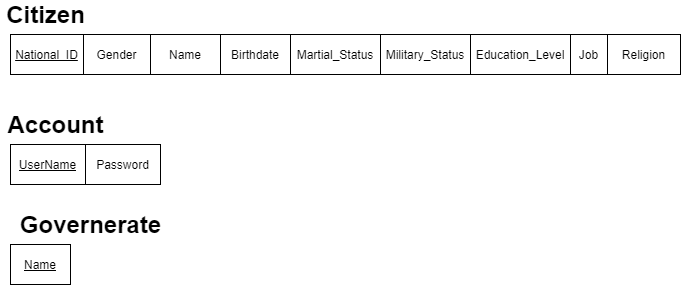
The draw.io diagram schema.png in ziad-khobeiz/e-voting-system, before a commit. Source tidied: cells renumbered, new cells last; positions are measured from the earlier drawing's top-left corner, leaving out a move shared by most shapes.
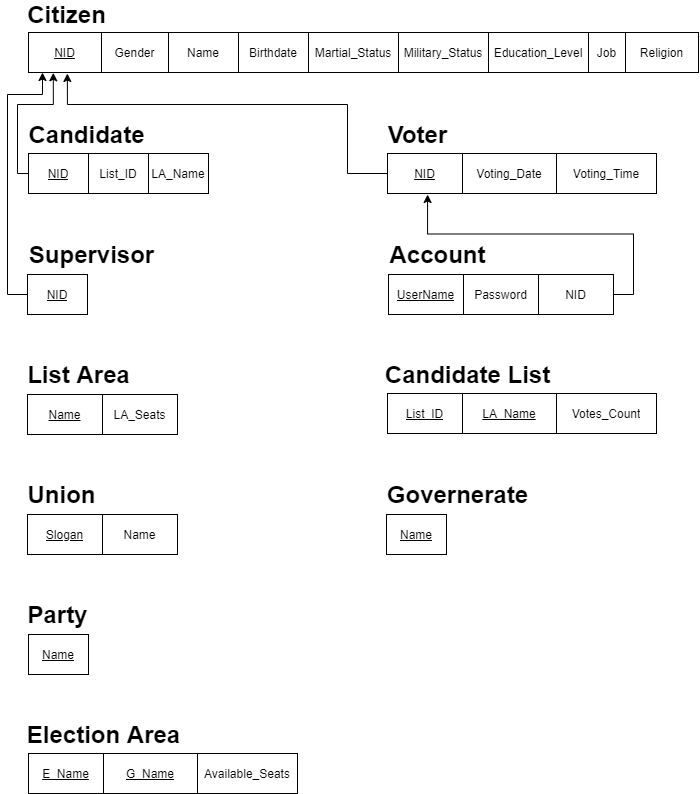
After the commit.

Commit message:
Update schema.png (Added Weak Entities)

The edit, as a diff of the source:
```diff
@@ -3,12 +3,12 @@
     <mxCell id="0" />
     <mxCell id="1" parent="0" />
     <mxCell id="2" style="shape=table;html=1;whiteSpace=wrap;startSize=0;" parent="1" vertex="1">
-      <mxGeometry x="10" y="30" width="670" height="40" as="geometry" />
+      <mxGeometry x="21" y="28" width="670" height="40" as="geometry" />
     </mxCell>
     <mxCell id="3" style="shape=partialRectangle;html=1;whiteSpace=wrap;fillColor=none;top=0;left=0;bottom=0;right=0;points=[[0,0.5],[1,0.5]];portConstraint=eastwest;" parent="2" vertex="1">
       <mxGeometry width="670" height="40" as="geometry" />
     </mxCell>
-    <mxCell id="4" value="&lt;u&gt;National_ID&lt;/u&gt;" style="shape=partialRectangle;html=1;whiteSpace=wrap;overflow=hidden;fillColor=none;top=0;left=0;bottom=0;right=0;" parent="3" vertex="1">
+    <mxCell id="4" value="&lt;u&gt;NID&lt;/u&gt;" style="shape=partialRectangle;html=1;whiteSpace=wrap;overflow=hidden;fillColor=none;top=0;left=0;bottom=0;right=0;" parent="3" vertex="1">
       <mxGeometry width="73" height="40" as="geometry" />
     </mxCell>
     <mxCell id="5" value="Gender" style="shape=partialRectangle;html=1;whiteSpace=wrap;overflow=hidden;fillColor=none;top=0;left=0;bottom=0;right=0;" parent="3" vertex="1">
@@ -36,13 +36,13 @@
       <mxGeometry x="597" width="73" height="40" as="geometry" />
     </mxCell>
     <mxCell id="13" value="&lt;font style=&quot;font-size: 24px&quot;&gt;&lt;b&gt;Citizen&lt;/b&gt;&lt;/font&gt;" style="text;html=1;align=center;verticalAlign=middle;" parent="1" vertex="1">
-      <mxGeometry width="90" height="20" as="geometry" />
+      <mxGeometry x="14" width="90" height="20" as="geometry" />
     </mxCell>
     <mxCell id="14" style="shape=table;html=1;whiteSpace=wrap;startSize=0;" parent="1" vertex="1">
-      <mxGeometry x="10" y="140" width="150" height="40" as="geometry" />
+      <mxGeometry x="381" y="270" width="225" height="40" as="geometry" />
     </mxCell>
     <mxCell id="15" style="shape=partialRectangle;html=1;whiteSpace=wrap;fillColor=none;top=0;left=0;bottom=0;right=0;points=[[0,0.5],[1,0.5]];portConstraint=eastwest;" parent="14" vertex="1">
-      <mxGeometry width="150" height="40" as="geometry" />
+      <mxGeometry width="225" height="40" as="geometry" />
     </mxCell>
     <mxCell id="16" value="&lt;u&gt;UserName&lt;/u&gt;" style="shape=partialRectangle;html=1;whiteSpace=wrap;overflow=hidden;fillColor=none;top=0;left=0;bottom=0;right=0;" parent="15" vertex="1">
       <mxGeometry width="75" height="40" as="geometry" />
@@ -50,11 +50,14 @@
     <mxCell id="17" value="Password" style="shape=partialRectangle;html=1;whiteSpace=wrap;overflow=hidden;fillColor=none;top=0;left=0;bottom=0;right=0;" parent="15" vertex="1">
       <mxGeometry x="75" width="75" height="40" as="geometry" />
     </mxCell>
+    <mxCell id="23" value="NID" style="shape=partialRectangle;html=1;whiteSpace=wrap;overflow=hidden;fillColor=none;top=0;left=0;bottom=0;right=0;" parent="15" vertex="1">
+      <mxGeometry x="150" width="75" height="40" as="geometry" />
+    </mxCell>
     <mxCell id="18" value="&lt;font size=&quot;1&quot;&gt;&lt;b style=&quot;font-size: 24px&quot;&gt;Account&lt;/b&gt;&lt;/font&gt;" style="text;html=1;align=center;verticalAlign=middle;" parent="1" vertex="1">
-      <mxGeometry y="110" width="110" height="20" as="geometry" />
+      <mxGeometry x="375" y="240" width="110" height="20" as="geometry" />
     </mxCell>
     <mxCell id="19" style="shape=table;html=1;whiteSpace=wrap;startSize=0;" parent="1" vertex="1">
-      <mxGeometry x="10" y="240" width="60" height="40" as="geometry" />
+      <mxGeometry x="379" y="510" width="60" height="40" as="geometry" />
     </mxCell>
     <mxCell id="20" style="shape=partialRectangle;html=1;whiteSpace=wrap;fillColor=none;top=0;left=0;bottom=0;right=0;" parent="19" vertex="1">
       <mxGeometry width="60" height="40" as="geometry" />
@@ -63,7 +66,163 @@
       <mxGeometry width="60" height="40" as="geometry" />
     </mxCell>
     <mxCell id="22" value="&lt;font style=&quot;font-size: 24px&quot;&gt;&lt;b&gt;Governerate&lt;/b&gt;&lt;/font&gt;" style="text;html=1;align=center;verticalAlign=middle;" parent="1" vertex="1">
-      <mxGeometry x="10" y="210" width="160" height="20" as="geometry" />
+      <mxGeometry x="370" y="480" width="160" height="20" as="geometry" />
     </mxCell>
+    <mxCell id="24" style="shape=table;html=1;whiteSpace=wrap;startSize=0;" parent="1" vertex="1">
+      <mxGeometry x="20" y="390" width="150" height="40" as="geometry" />
+    </mxCell>
+    <mxCell id="25" style="shape=partialRectangle;html=1;whiteSpace=wrap;fillColor=none;top=0;left=0;bottom=0;right=0;" parent="24" vertex="1">
+      <mxGeometry width="150" height="40" as="geometry" />
+    </mxCell>
+    <mxCell id="26" value="&lt;u&gt;Name&lt;/u&gt;" style="shape=partialRectangle;html=1;whiteSpace=wrap;overflow=hidden;fillColor=none;top=0;left=0;bottom=0;right=0;" parent="25" vertex="1">
+      <mxGeometry width="75" height="40" as="geometry" />
+    </mxCell>
+    <mxCell id="27" value="LA_Seats" style="shape=partialRectangle;html=1;whiteSpace=wrap;overflow=hidden;fillColor=none;top=0;left=0;bottom=0;right=0;" parent="25" vertex="1">
+      <mxGeometry x="75" width="75" height="40" as="geometry" />
+    </mxCell>
+    <mxCell id="28" value="&lt;font size=&quot;1&quot;&gt;&lt;b style=&quot;font-size: 24px&quot;&gt;List Area&lt;/b&gt;&lt;/font&gt;" style="text;html=1;align=center;verticalAlign=middle;" parent="1" vertex="1">
+      <mxGeometry x="11" y="360" width="120" height="20" as="geometry" />
+    </mxCell>
+    <mxCell id="29" style="shape=table;html=1;whiteSpace=wrap;startSize=0;" parent="1" vertex="1">
+      <mxGeometry x="20" y="510" width="150" height="40" as="geometry" />
+    </mxCell>
+    <mxCell id="30" style="shape=partialRectangle;html=1;whiteSpace=wrap;fillColor=none;top=0;left=0;bottom=0;right=0;" parent="29" vertex="1">
+      <mxGeometry width="150" height="40" as="geometry" />
+    </mxCell>
+    <mxCell id="31" value="&lt;u&gt;Slogan&lt;/u&gt;" style="shape=partialRectangle;html=1;whiteSpace=wrap;overflow=hidden;fillColor=none;top=0;left=0;bottom=0;right=0;" parent="30" vertex="1">
+      <mxGeometry width="75" height="40" as="geometry" />
+    </mxCell>
+    <mxCell id="32" value="Name" style="shape=partialRectangle;html=1;whiteSpace=wrap;overflow=hidden;fillColor=none;top=0;left=0;bottom=0;right=0;" parent="30" vertex="1">
+      <mxGeometry x="75" width="75" height="40" as="geometry" />
+    </mxCell>
+    <mxCell id="33" value="&lt;font size=&quot;1&quot;&gt;&lt;b style=&quot;font-size: 24px&quot;&gt;Union&lt;/b&gt;&lt;/font&gt;" style="text;html=1;align=center;verticalAlign=middle;" parent="1" vertex="1">
+      <mxGeometry x="14" y="480" width="80" height="20" as="geometry" />
+    </mxCell>
+    <mxCell id="34" style="shape=table;html=1;whiteSpace=wrap;startSize=0;" parent="1" vertex="1">
+      <mxGeometry x="21" y="630" width="60" height="40" as="geometry" />
+    </mxCell>
+    <mxCell id="35" style="shape=partialRectangle;html=1;whiteSpace=wrap;fillColor=none;top=0;left=0;bottom=0;right=0;" parent="34" vertex="1">
+      <mxGeometry width="60" height="40" as="geometry" />
+    </mxCell>
+    <mxCell id="36" value="&lt;u&gt;Name&lt;/u&gt;" style="shape=partialRectangle;html=1;whiteSpace=wrap;overflow=hidden;fillColor=none;top=0;left=0;bottom=0;right=0;" parent="35" vertex="1">
+      <mxGeometry width="60" height="40" as="geometry" />
+    </mxCell>
+    <mxCell id="37" value="&lt;font style=&quot;font-size: 24px&quot;&gt;&lt;b&gt;Party&lt;/b&gt;&lt;/font&gt;" style="text;html=1;align=center;verticalAlign=middle;" parent="1" vertex="1">
+      <mxGeometry x="10" y="600" width="80" height="20" as="geometry" />
+    </mxCell>
+    <mxCell id="38" style="shape=table;html=1;whiteSpace=wrap;startSize=0;" parent="1" vertex="1">
+      <mxGeometry x="21" y="749" width="269" height="40" as="geometry" />
+    </mxCell>
+    <mxCell id="39" style="shape=partialRectangle;html=1;whiteSpace=wrap;fillColor=none;top=0;left=0;bottom=0;right=0;" parent="38" vertex="1">
+      <mxGeometry width="269" height="40" as="geometry" />
+    </mxCell>
+    <mxCell id="40" value="&lt;u&gt;E_Name&lt;/u&gt;" style="shape=partialRectangle;html=1;whiteSpace=wrap;overflow=hidden;fillColor=none;top=0;left=0;bottom=0;right=0;" parent="39" vertex="1">
+      <mxGeometry width="75" height="40" as="geometry" />
+    </mxCell>
+    <mxCell id="41" value="&lt;u&gt;G_Name&lt;/u&gt;" style="shape=partialRectangle;html=1;whiteSpace=wrap;overflow=hidden;fillColor=none;top=0;left=0;bottom=0;right=0;" parent="39" vertex="1">
+      <mxGeometry x="75" width="94" height="40" as="geometry" />
+    </mxCell>
+    <mxCell id="42" value="Available_Seats" style="shape=partialRectangle;html=1;whiteSpace=wrap;overflow=hidden;fillColor=none;top=0;left=0;bottom=0;right=0;" parent="39" vertex="1">
+      <mxGeometry x="169" width="100" height="40" as="geometry" />
+    </mxCell>
+    <mxCell id="43" value="&lt;font size=&quot;1&quot;&gt;&lt;b style=&quot;font-size: 24px&quot;&gt;Election Area&lt;/b&gt;&lt;/font&gt;" style="text;html=1;align=center;verticalAlign=middle;" parent="1" vertex="1">
+      <mxGeometry x="11" y="720" width="170" height="20" as="geometry" />
+    </mxCell>
+    <mxCell id="44" style="shape=table;html=1;whiteSpace=wrap;startSize=0;" parent="1" vertex="1">
+      <mxGeometry x="380" y="389" width="269" height="40" as="geometry" />
+    </mxCell>
+    <mxCell id="45" style="shape=partialRectangle;html=1;whiteSpace=wrap;fillColor=none;top=0;left=0;bottom=0;right=0;" parent="44" vertex="1">
+      <mxGeometry width="269" height="40" as="geometry" />
+    </mxCell>
+    <mxCell id="46" value="&lt;u&gt;List_ID&lt;/u&gt;" style="shape=partialRectangle;html=1;whiteSpace=wrap;overflow=hidden;fillColor=none;top=0;left=0;bottom=0;right=0;" parent="45" vertex="1">
+      <mxGeometry width="75" height="40" as="geometry" />
+    </mxCell>
+    <mxCell id="47" value="&lt;u&gt;LA_Name&lt;/u&gt;" style="shape=partialRectangle;html=1;whiteSpace=wrap;overflow=hidden;fillColor=none;top=0;left=0;bottom=0;right=0;" parent="45" vertex="1">
+      <mxGeometry x="75" width="94" height="40" as="geometry" />
+    </mxCell>
+    <mxCell id="48" value="Votes_Count" style="shape=partialRectangle;html=1;whiteSpace=wrap;overflow=hidden;fillColor=none;top=0;left=0;bottom=0;right=0;" parent="45" vertex="1">
+      <mxGeometry x="169" width="100" height="40" as="geometry" />
+    </mxCell>
+    <mxCell id="49" value="&lt;span style=&quot;font-size: 24px&quot;&gt;&lt;b&gt;Candidate List&lt;/b&gt;&lt;/span&gt;" style="text;html=1;align=center;verticalAlign=middle;" parent="1" vertex="1">
+      <mxGeometry x="370" y="360" width="180" height="20" as="geometry" />
+    </mxCell>
+    <mxCell id="50" style="shape=table;html=1;whiteSpace=wrap;startSize=0;" parent="1" vertex="1">
+      <mxGeometry x="380" y="149" width="269" height="40" as="geometry" />
+    </mxCell>
+    <mxCell id="51" style="shape=partialRectangle;html=1;whiteSpace=wrap;fillColor=none;top=0;left=0;bottom=0;right=0;points=[[0,0.5],[1,0.5]];portConstraint=eastwest;" parent="50" vertex="1">
+      <mxGeometry width="269" height="40" as="geometry" />
+    </mxCell>
+    <mxCell id="52" value="&lt;u&gt;NID&lt;/u&gt;" style="shape=partialRectangle;html=1;whiteSpace=wrap;overflow=hidden;fillColor=none;top=0;left=0;bottom=0;right=0;" parent="51" vertex="1">
+      <mxGeometry width="75" height="40" as="geometry" />
+    </mxCell>
+    <mxCell id="53" value="Voting_Date" style="shape=partialRectangle;html=1;whiteSpace=wrap;overflow=hidden;fillColor=none;top=0;left=0;bottom=0;right=0;" parent="51" vertex="1">
+      <mxGeometry x="75" width="94" height="40" as="geometry" />
+    </mxCell>
+    <mxCell id="54" value="Voting_Time" style="shape=partialRectangle;html=1;whiteSpace=wrap;overflow=hidden;fillColor=none;top=0;left=0;bottom=0;right=0;" parent="51" vertex="1">
+      <mxGeometry x="169" width="100" height="40" as="geometry" />
+    </mxCell>
+    <mxCell id="55" value="&lt;span style=&quot;font-size: 24px&quot;&gt;&lt;b&gt;Voter&lt;/b&gt;&lt;/span&gt;" style="text;html=1;align=center;verticalAlign=middle;" parent="1" vertex="1">
+      <mxGeometry x="370" y="120" width="80" height="20" as="geometry" />
+    </mxCell>
+    <mxCell id="56" style="edgeStyle=orthogonalEdgeStyle;rounded=0;jettySize=auto;html=1;entryX=0.149;entryY=1.025;entryDx=0;entryDy=0;entryPerimeter=0;" parent="1" edge="1" source="15" target="51">
+      <mxGeometry relative="1" as="geometry" />
+    </mxCell>
+    <mxCell id="57" value="&lt;span style=&quot;font-size: 24px&quot;&gt;&lt;b&gt;Candidate&lt;/b&gt;&lt;/span&gt;" style="text;html=1;align=center;verticalAlign=middle;" parent="1" vertex="1">
+      <mxGeometry x="14" y="120" width="130" height="20" as="geometry" />
+    </mxCell>
+    <mxCell id="58" style="shape=table;html=1;whiteSpace=wrap;startSize=0;" parent="1" vertex="1">
+      <mxGeometry x="21" y="149" width="180" height="40" as="geometry" />
+    </mxCell>
+    <mxCell id="59" style="shape=partialRectangle;html=1;whiteSpace=wrap;fillColor=none;top=0;left=0;bottom=0;right=0;points=[[0,0.5],[1,0.5]];portConstraint=eastwest;" parent="58" vertex="1">
+      <mxGeometry width="180" height="40" as="geometry" />
+    </mxCell>
+    <mxCell id="60" value="&lt;u&gt;NID&lt;/u&gt;" style="shape=partialRectangle;html=1;whiteSpace=wrap;overflow=hidden;fillColor=none;top=0;left=0;bottom=0;right=0;" parent="59" vertex="1">
+      <mxGeometry width="60" height="40" as="geometry" />
+    </mxCell>
+    <mxCell id="61" value="List_ID" style="shape=partialRectangle;html=1;whiteSpace=wrap;overflow=hidden;fillColor=none;top=0;left=0;bottom=0;right=0;" parent="59" vertex="1">
+      <mxGeometry x="60" width="60" height="40" as="geometry" />
+    </mxCell>
+    <mxCell id="62" value="LA_Name" style="shape=partialRectangle;html=1;whiteSpace=wrap;overflow=hidden;fillColor=none;top=0;left=0;bottom=0;right=0;" parent="59" vertex="1">
+      <mxGeometry x="120" width="60" height="40" as="geometry" />
+    </mxCell>
+    <mxCell id="63" style="edgeStyle=orthogonalEdgeStyle;rounded=0;jettySize=auto;html=1;entryX=0.058;entryY=1.025;entryDx=0;entryDy=0;entryPerimeter=0;" parent="1" edge="1" source="51" target="3">
+      <mxGeometry relative="1" as="geometry">
+        <Array as="points">
+          <mxPoint x="340" y="169" />
+          <mxPoint x="340" y="100" />
+          <mxPoint x="60" y="100" />
+        </Array>
+      </mxGeometry>
+    </mxCell>
+    <mxCell id="64" style="edgeStyle=orthogonalEdgeStyle;rounded=0;jettySize=auto;html=1;exitX=0;exitY=0.5;exitDx=0;exitDy=0;entryX=0.037;entryY=1.008;entryDx=0;entryDy=0;entryPerimeter=0;" parent="1" edge="1" source="59" target="3">
+      <mxGeometry relative="1" as="geometry">
+        <Array as="points">
+          <mxPoint x="10" y="169" />
+          <mxPoint x="10" y="100" />
+          <mxPoint x="46" y="100" />
+        </Array>
+      </mxGeometry>
+    </mxCell>
+    <mxCell id="65" value="&lt;span style=&quot;font-size: 24px&quot;&gt;&lt;b&gt;Supervisor&lt;/b&gt;&lt;/span&gt;" style="text;html=1;align=center;verticalAlign=middle;" parent="1" vertex="1">
+      <mxGeometry x="14" y="240" width="140" height="20" as="geometry" />
+    </mxCell>
+    <mxCell id="66" style="shape=table;html=1;whiteSpace=wrap;startSize=0;" parent="1" vertex="1">
+      <mxGeometry x="20" y="270" width="60" height="40" as="geometry" />
+    </mxCell>
+    <mxCell id="67" style="shape=partialRectangle;html=1;whiteSpace=wrap;fillColor=none;top=0;left=0;bottom=0;right=0;points=[[0,0.5],[1,0.5]];portConstraint=eastwest;" parent="66" vertex="1">
+      <mxGeometry width="60" height="40" as="geometry" />
+    </mxCell>
+    <mxCell id="68" value="&lt;u&gt;NID&lt;/u&gt;" style="shape=partialRectangle;html=1;whiteSpace=wrap;overflow=hidden;fillColor=none;top=0;left=0;bottom=0;right=0;" parent="67" vertex="1">
+      <mxGeometry width="60" height="40" as="geometry" />
+    </mxCell>
+    <mxCell id="69" style="edgeStyle=orthogonalEdgeStyle;rounded=0;jettySize=auto;html=1;exitX=0;exitY=0.5;exitDx=0;exitDy=0;" parent="1" edge="1" source="67" target="3">
+      <mxGeometry relative="1" as="geometry">
+        <Array as="points">
+          <mxPoint y="290" />
+          <mxPoint y="90" />
+          <mxPoint x="35" y="90" />
+        </Array>
+      </mxGeometry>
+    </mxCell>
   </root>
 </mxGraphModel>
```
